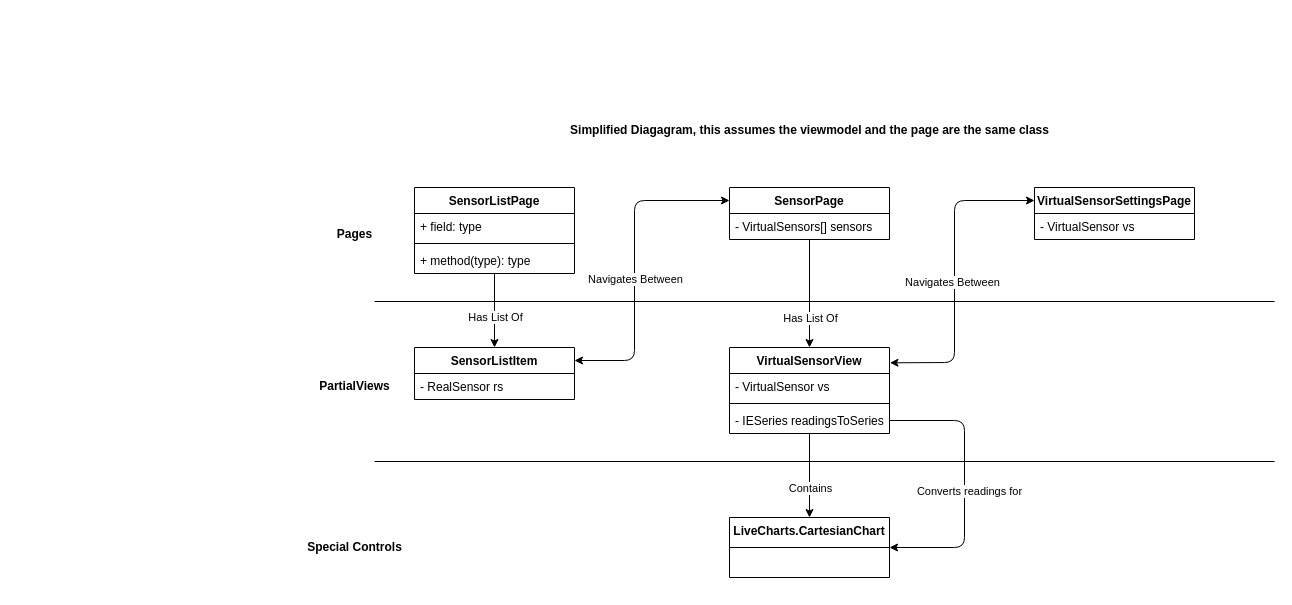
Before: docs/UML/class_diagram.drawio in Jaso5/SET09102-GroupProject, a draw.io diagram. Source tidied: cells renumbered, new cells numbered last; positions are measured from the earlier drawing's top-left corner, leaving out a move shared by most shapes. Both pictures are drawn from the tidied source at 100%, with x=0, y=0 at pixel (314, 117).
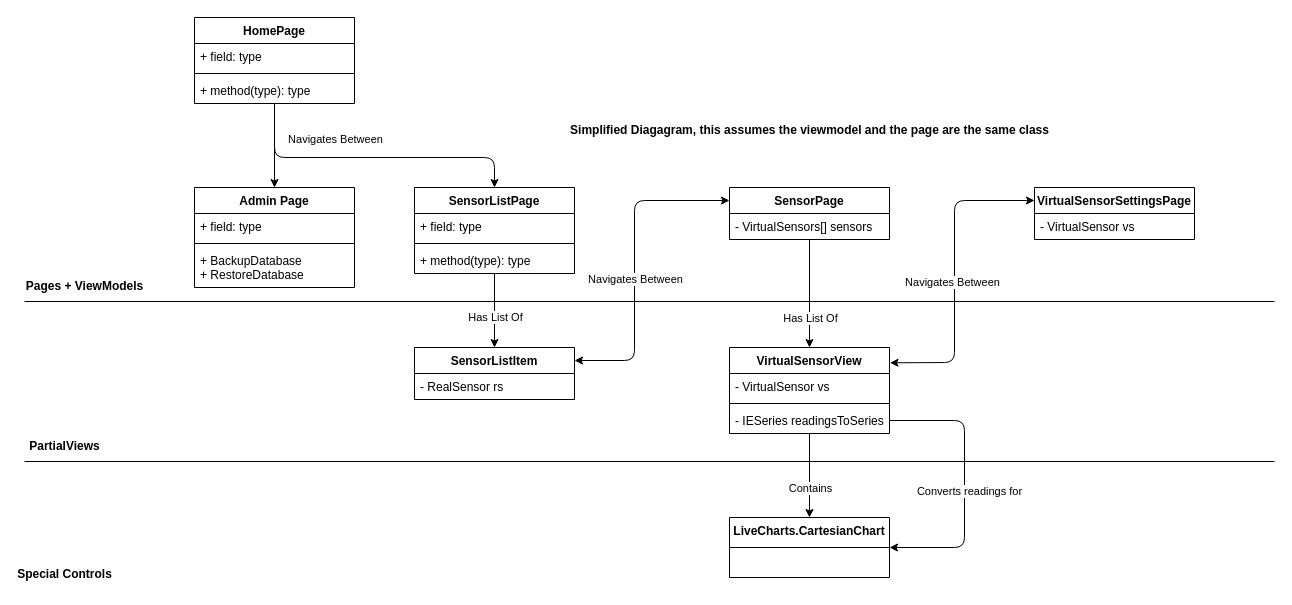
After the change.

The change refers to these unchanged cells:
```xml
<mxCell id="4" value="SensorListPage" style="swimlane;fontStyle=1;align=center;verticalAlign=top;horizontal=1;startSize=26;whiteSpace=wrap;html=1;" parent="1" vertex="1">
  <mxGeometry x="100" y="70" width="160" height="86" as="geometry" />
</mxCell>
```

Diff of the diagram source:
```diff
@@
     <mxCell id="27" style="line;strokeWidth=1;fillColor=none;align=left;verticalAlign=middle;spacingTop=-1;spacingLeft=3;spacingRight=3;labelPosition=right;strokeColor=inherit;" parent="1" vertex="1">
-      <mxGeometry x="60" y="180" width="900" height="8" as="geometry" />
+      <mxGeometry x="-290" y="180" width="1250" height="8" as="geometry" />
     </mxCell>
-    <mxCell id="28" value="Pages" style="text;align=center;fontStyle=1;verticalAlign=middle;spacingLeft=3;spacingRight=3;strokeColor=none;html=1;" parent="1" vertex="1">
-      <mxGeometry y="104" width="80" height="26" as="geometry" />
+    <mxCell id="28" value="Pages + ViewModels" style="text;align=center;fontStyle=1;verticalAlign=middle;spacingLeft=3;spacingRight=3;strokeColor=none;html=1;" parent="1" vertex="1">
+      <mxGeometry x="-270" y="156" width="80" height="26" as="geometry" />
     </mxCell>
     <mxCell id="29" value="PartialViews" style="text;align=center;fontStyle=1;verticalAlign=middle;spacingLeft=3;spacingRight=3;strokeColor=none;html=1;" parent="1" vertex="1">
-      <mxGeometry y="256" width="80" height="26" as="geometry" />
+      <mxGeometry x="-290" y="316" width="80" height="26" as="geometry" />
     </mxCell>
     <mxCell id="30" style="line;strokeWidth=1;fillColor=none;align=left;verticalAlign=middle;spacingTop=-1;spacingLeft=3;spacingRight=3;labelPosition=right;strokeColor=inherit;" parent="1" vertex="1">
-      <mxGeometry x="60" y="340" width="900" height="8" as="geometry" />
+      <mxGeometry x="-290" y="340" width="1250" height="8" as="geometry" />
     </mxCell>
     <mxCell id="31" value="Special Controls" style="text;align=center;fontStyle=1;verticalAlign=middle;spacingLeft=3;spacingRight=3;strokeColor=none;html=1;" parent="1" vertex="1">
-      <mxGeometry y="417" width="80" height="26" as="geometry" />
+      <mxGeometry x="-290" y="444" width="80" height="26" as="geometry" />
     </mxCell>
@@
+    <mxCell id="35" style="edgeStyle=none;html=1;" parent="1" edge="1" source="38" target="42">
+      <mxGeometry relative="1" as="geometry" />
+    </mxCell>
+    <mxCell id="36" value="Navigates Between" style="edgeLabel;html=1;align=center;verticalAlign=middle;" parent="35" vertex="1">
+      <mxGeometry x="-0.07" y="5" relative="1" as="geometry">
+        <mxPoint x="55" y="-4" as="offset" />
+      </mxGeometry>
+    </mxCell>
+    <mxCell id="37" style="edgeStyle=none;html=1;entryX=0.5;entryY=0;entryDx=0;entryDy=0;" parent="1" edge="1" source="38" target="4">
+      <mxGeometry relative="1" as="geometry">
+        <Array as="points">
+          <mxPoint x="-40" y="40" />
+          <mxPoint x="180" y="40" />
+        </Array>
+      </mxGeometry>
+    </mxCell>
+    <mxCell id="38" value="HomePage" style="swimlane;fontStyle=1;align=center;verticalAlign=top;horizontal=1;startSize=26;whiteSpace=wrap;html=1;" parent="1" vertex="1">
+      <mxGeometry x="-120" y="-100" width="160" height="86" as="geometry" />
+    </mxCell>
+    <mxCell id="39" value="+ field: type" style="text;strokeColor=none;fillColor=none;align=left;verticalAlign=top;spacingLeft=4;spacingRight=4;overflow=hidden;whiteSpace=wrap;html=1;" parent="38" vertex="1">
+      <mxGeometry y="26" width="160" height="26" as="geometry" />
+    </mxCell>
+    <mxCell id="40" style="line;strokeWidth=1;fillColor=none;align=left;verticalAlign=middle;spacingTop=-1;spacingLeft=3;spacingRight=3;labelPosition=right;strokeColor=inherit;" parent="38" vertex="1">
+      <mxGeometry y="52" width="160" height="8" as="geometry" />
+    </mxCell>
+    <mxCell id="41" value="+ method(type): type" style="text;strokeColor=none;fillColor=none;align=left;verticalAlign=top;spacingLeft=4;spacingRight=4;overflow=hidden;whiteSpace=wrap;html=1;" parent="38" vertex="1">
+      <mxGeometry y="60" width="160" height="26" as="geometry" />
+    </mxCell>
+    <mxCell id="42" value="Admin Page" style="swimlane;fontStyle=1;align=center;verticalAlign=top;horizontal=1;startSize=26;whiteSpace=wrap;html=1;" parent="1" vertex="1">
+      <mxGeometry x="-120" y="70" width="160" height="100" as="geometry" />
+    </mxCell>
+    <mxCell id="43" value="+ field: type" style="text;strokeColor=none;fillColor=none;align=left;verticalAlign=top;spacingLeft=4;spacingRight=4;overflow=hidden;whiteSpace=wrap;html=1;" parent="42" vertex="1">
+      <mxGeometry y="26" width="160" height="26" as="geometry" />
+    </mxCell>
+    <mxCell id="44" style="line;strokeWidth=1;fillColor=none;align=left;verticalAlign=middle;spacingTop=-1;spacingLeft=3;spacingRight=3;labelPosition=right;strokeColor=inherit;" parent="42" vertex="1">
+      <mxGeometry y="52" width="160" height="8" as="geometry" />
+    </mxCell>
+    <mxCell id="45" value="+ BackupDatabase&lt;div&gt;+ RestoreDatabase&lt;/div&gt;" style="text;strokeColor=none;fillColor=none;align=left;verticalAlign=top;spacingLeft=4;spacingRight=4;overflow=hidden;whiteSpace=wrap;html=1;" parent="42" vertex="1">
+      <mxGeometry y="60" width="160" height="40" as="geometry" />
+    </mxCell>
```
